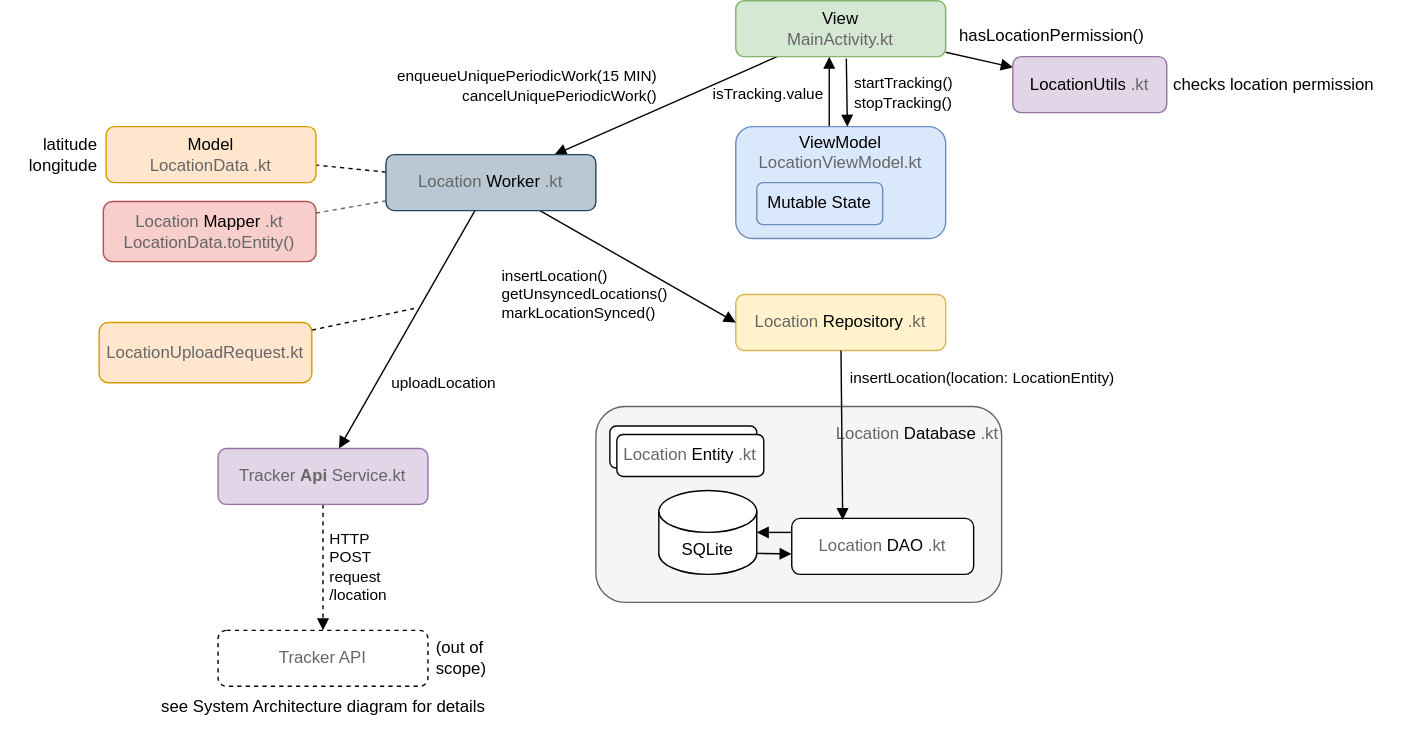
Earlier version of the draw.io export app-architecture.drawio.svg (lchristmann/Tracker). Source tidied: cells renumbered, new cells last; positions are measured from the earlier drawing's top-left corner, leaving out a move shared by most shapes.
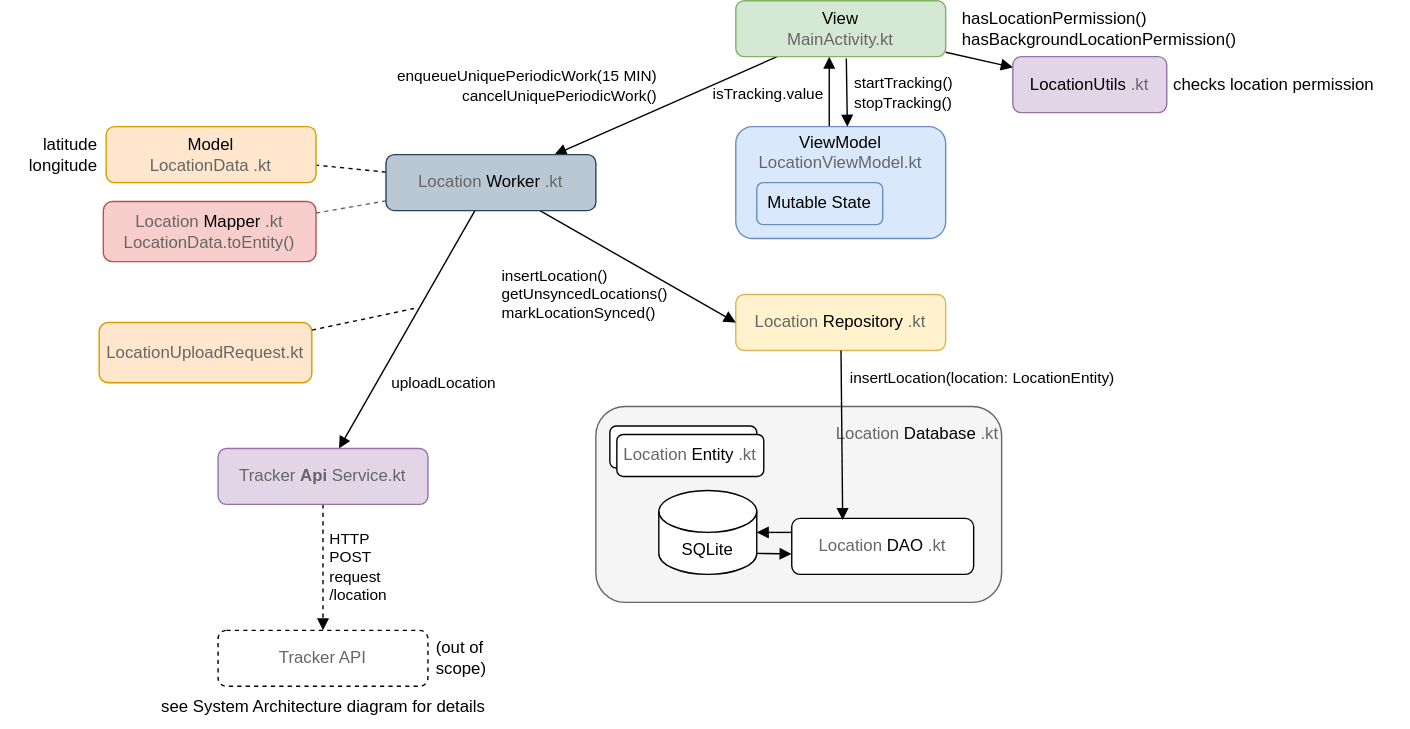
After the change.

What changed in the source:
```diff
@@ -81,8 +81,8 @@
     <mxCell id="23" style="edgeStyle=none;html=1;dashed=1;endArrow=none;endFill=0;" parent="1" edge="1" source="35" target="28">
       <mxGeometry relative="1" as="geometry" />
     </mxCell>
-    <mxCell id="24" value="hasLocationPermission()" style="text;html=1;align=left;verticalAlign=middle;strokeColor=none;fillColor=none;fontColor=#000000;" parent="1" vertex="1">
-      <mxGeometry x="683" y="10" width="160" height="30" as="geometry" />
+    <mxCell id="24" value="hasLocationPermission()&lt;div&gt;hasBackgroundLocationPermission()&lt;/div&gt;" style="text;html=1;align=left;verticalAlign=middle;strokeColor=none;fillColor=none;fontColor=#000000;" parent="1" vertex="1">
+      <mxGeometry x="685" width="220" height="40" as="geometry" />
     </mxCell>
     <mxCell id="25" value="checks location permission" style="text;html=1;align=left;verticalAlign=middle;strokeColor=none;fillColor=none;" parent="1" vertex="1">
       <mxGeometry x="836" y="45" width="170" height="30" as="geometry" />
```
